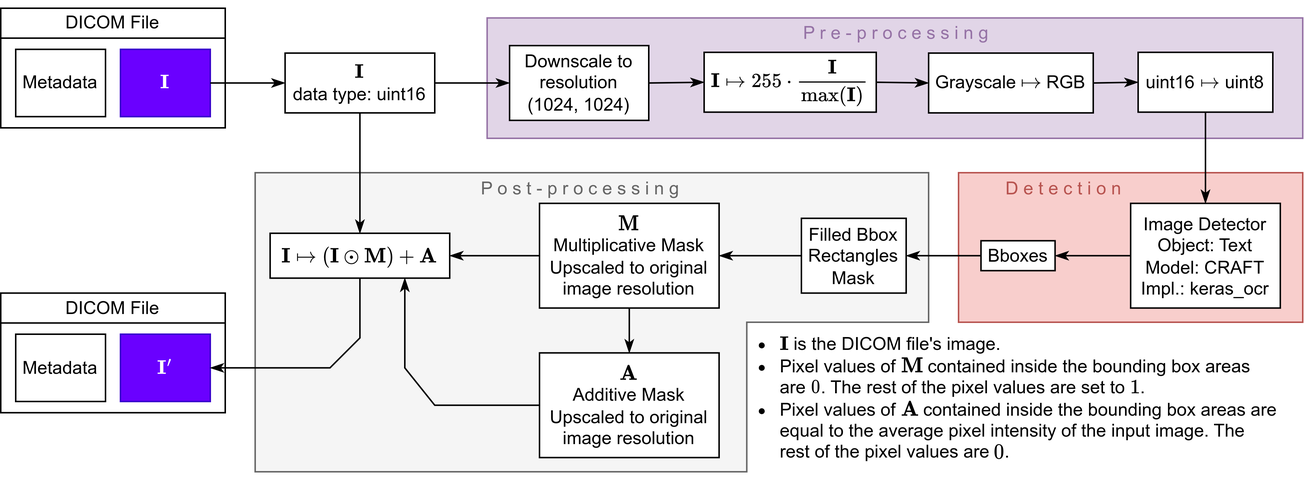
valab-certh/meddisc keeps this draw.io diagram as readme_content/fig_keras_ocr.png. Above is the earlier version. Source tidied: cells renumbered, new cells last; positions are measured from the earlier drawing's top-left corner, leaving out a move shared by most shapes. Its diagram source:
```xml
<mxGraphModel math="1">
  <root>
    <mxCell id="0" />
    <mxCell id="1" parent="0" />
    <mxCell id="2" style="verticalLabelPosition=bottom;verticalAlign=top;html=1;shape=mxgraph.basic.polygon;polyCoords=[[0,0.45],[0,0],[1,0],[1,0.5],[0.73,0.5],[0.73,1],[0.38,1],[0,1]];polyline=0;fillColor=#f5f5f5;strokeColor=#666666;fontColor=#333333;" parent="1" vertex="1">
      <mxGeometry x="170" y="115" width="450" height="200" as="geometry" />
    </mxCell>
    <mxCell id="3" style="rounded=0;whiteSpace=wrap;html=1;fillColor=#f8cecc;strokeColor=#B85450;" parent="1" vertex="1">
      <mxGeometry x="640" y="115" width="230" height="100" as="geometry" />
    </mxCell>
    <mxCell id="4" style="rounded=0;whiteSpace=wrap;html=1;fillColor=#e1d5e7;strokeColor=#9673a6;" parent="1" vertex="1">
      <mxGeometry x="325" y="11.5" width="545" height="80.5" as="geometry" />
    </mxCell>
    <mxCell id="5" style="rounded=0;whiteSpace=wrap;html=1;" parent="1" vertex="1">
      <mxGeometry y="5" width="150" height="80" as="geometry" />
    </mxCell>
    <mxCell id="6" value="\( \mathbf{I} \)" style="rounded=0;whiteSpace=wrap;html=1;fillColor=#6a00ff;fontColor=#ffffff;strokeColor=#3700CC;" parent="1" vertex="1">
      <mxGeometry x="80" y="32.5" width="60" height="45" as="geometry" />
    </mxCell>
    <mxCell id="7" value="Metadata" style="rounded=0;whiteSpace=wrap;html=1;" parent="1" vertex="1">
      <mxGeometry x="10" y="32.5" width="60" height="45" as="geometry" />
    </mxCell>
    <mxCell id="8" style="endArrow=classicThin;html=1;rounded=0;exitX=1;exitY=0.5;exitDx=0;exitDy=0;endFill=1;entryX=0;entryY=0.5;entryDx=0;entryDy=0;" parent="1" edge="1" source="6" target="10">
      <mxGeometry relative="1" as="geometry" />
    </mxCell>
    <mxCell id="9" value="DICOM File" style="text;html=1;strokeColor=none;fillColor=none;align=center;verticalAlign=middle;whiteSpace=wrap;rounded=0;" parent="1" vertex="1">
      <mxGeometry x="40" width="70" height="30" as="geometry" />
    </mxCell>
    <mxCell id="10" value="\( \mathbf{I} \)&lt;br&gt;data type: uint16" style="rounded=0;whiteSpace=wrap;html=1;" parent="1" vertex="1">
      <mxGeometry x="190" y="35" width="100" height="40" as="geometry" />
    </mxCell>
    <mxCell id="11" style="endArrow=classicThin;html=1;rounded=0;exitX=1;exitY=0.5;exitDx=0;exitDy=0;endFill=1;entryX=0;entryY=0.5;entryDx=0;entryDy=0;" parent="1" edge="1" source="10" target="27">
      <mxGeometry relative="1" as="geometry" />
    </mxCell>
    <mxCell id="12" value="\( \mathbf{I} \mapsto 255 \cdot \dfrac{\mathbf{I}}{\max(\mathbf{I})} \)" style="rounded=0;whiteSpace=wrap;html=1;" parent="1" vertex="1">
      <mxGeometry x="470" y="34.5" width="115" height="40" as="geometry" />
    </mxCell>
    <mxCell id="13" style="endArrow=classicThin;html=1;rounded=0;exitX=1;exitY=0.5;exitDx=0;exitDy=0;endFill=1;entryX=0;entryY=0.5;entryDx=0;entryDy=0;" parent="1" edge="1" source="28" target="14">
      <mxGeometry relative="1" as="geometry" />
    </mxCell>
    <mxCell id="14" value="uint16 \( \mapsto \) uint8" style="rounded=0;whiteSpace=wrap;html=1;" parent="1" vertex="1">
      <mxGeometry x="760" y="34.5" width="90" height="40" as="geometry" />
    </mxCell>
    <mxCell id="15" value="Image Detector&lt;br&gt;Object: Text&lt;br&gt;Model: CRAFT&lt;br&gt;Impl.: keras_ocr" style="rounded=0;whiteSpace=wrap;html=1;" parent="1" vertex="1">
      <mxGeometry x="755" y="135.5" width="100" height="70" as="geometry" />
    </mxCell>
    <mxCell id="16" value="Bboxes" style="rounded=0;whiteSpace=wrap;html=1;" parent="1" vertex="1">
      <mxGeometry x="655" y="160.5" width="49.5" height="20" as="geometry" />
    </mxCell>
    <mxCell id="17" style="endArrow=classicThin;html=1;rounded=0;exitX=0.5;exitY=1;exitDx=0;exitDy=0;endFill=1;entryX=0.5;entryY=0;entryDx=0;entryDy=0;" parent="1" edge="1" source="10" target="18">
      <mxGeometry relative="1" as="geometry" />
    </mxCell>
    <mxCell id="18" value="\( \mathbf{I}&amp;nbsp;\mapsto (\mathbf{I}&amp;nbsp;\odot \mathbf{M}) + \mathbf{A}&lt;br&gt;&amp;nbsp; \)" style="rounded=0;whiteSpace=wrap;html=1;" parent="1" vertex="1">
      <mxGeometry x="180" y="155.5" width="120" height="30" as="geometry" />
    </mxCell>
    <mxCell id="19" value="&lt;font color=&quot;#9673a6&quot;&gt;P r e - p r o c e s s i n g&lt;/font&gt;" style="text;html=1;align=center;verticalAlign=middle;strokeColor=none;fillColor=none;fontColor=#828282;" parent="1" vertex="1">
      <mxGeometry x="522.5" y="6.5" width="150" height="30" as="geometry" />
    </mxCell>
    <mxCell id="20" style="endArrow=none;html=1;rounded=0;entryX=1;entryY=0.25;entryDx=0;entryDy=0;exitX=0;exitY=0.25;exitDx=0;exitDy=0;" parent="1" edge="1" source="5" target="5">
      <mxGeometry relative="1" as="geometry" />
    </mxCell>
    <mxCell id="21" style="rounded=0;whiteSpace=wrap;html=1;" parent="1" vertex="1">
      <mxGeometry y="195.5" width="150" height="80" as="geometry" />
    </mxCell>
    <mxCell id="22" value="\(&amp;nbsp;\mathbf{I}' \)" style="rounded=0;whiteSpace=wrap;html=1;fillColor=#6a00ff;fontColor=#ffffff;strokeColor=#3700CC;" parent="1" vertex="1">
      <mxGeometry x="80" y="223" width="60" height="45" as="geometry" />
    </mxCell>
    <mxCell id="23" value="Metadata" style="rounded=0;whiteSpace=wrap;html=1;" parent="1" vertex="1">
      <mxGeometry x="10" y="223" width="60" height="45" as="geometry" />
    </mxCell>
    <mxCell id="24" value="DICOM File" style="text;html=1;strokeColor=none;fillColor=none;align=center;verticalAlign=middle;whiteSpace=wrap;rounded=0;" parent="1" vertex="1">
      <mxGeometry x="40" y="190.5" width="70" height="30" as="geometry" />
    </mxCell>
    <mxCell id="25" style="endArrow=none;html=1;rounded=0;entryX=1;entryY=0.25;entryDx=0;entryDy=0;exitX=0;exitY=0.25;exitDx=0;exitDy=0;" parent="1" edge="1" source="21" target="21">
      <mxGeometry relative="1" as="geometry" />
    </mxCell>
    <mxCell id="26" style="endArrow=classicThin;html=1;rounded=0;exitX=0.5;exitY=1;exitDx=0;exitDy=0;endFill=1;" parent="1" edge="1" source="18">
      <mxGeometry relative="1" as="geometry">
        <mxPoint x="140" y="245.5" as="targetPoint" />
        <Array as="points">
          <mxPoint x="240" y="225.5" />
          <mxPoint x="220" y="245.5" />
        </Array>
      </mxGeometry>
    </mxCell>
    <mxCell id="27" value="Downscale to resolution&lt;br&gt;(1024, 1024)" style="rounded=0;whiteSpace=wrap;html=1;" parent="1" vertex="1">
      <mxGeometry x="340" y="30" width="93" height="50" as="geometry" />
    </mxCell>
    <mxCell id="28" value="Grayscale \( \mapsto \)&amp;nbsp;RGB" style="rounded=0;whiteSpace=wrap;html=1;" parent="1" vertex="1">
      <mxGeometry x="620" y="35" width="110" height="40" as="geometry" />
    </mxCell>
    <mxCell id="29" style="endArrow=classicThin;html=1;rounded=0;exitX=1;exitY=0.5;exitDx=0;exitDy=0;endFill=1;entryX=0;entryY=0.5;entryDx=0;entryDy=0;" parent="1" edge="1" source="12" target="28">
      <mxGeometry relative="1" as="geometry" />
    </mxCell>
    <mxCell id="30" style="endArrow=classicThin;html=1;rounded=0;exitX=1;exitY=0.5;exitDx=0;exitDy=0;endFill=1;entryX=0;entryY=0.5;entryDx=0;entryDy=0;" parent="1" edge="1" source="27" target="12">
      <mxGeometry relative="1" as="geometry" />
    </mxCell>
    <mxCell id="31" value="Filled Bbox Rectangles Mask" style="rounded=0;whiteSpace=wrap;html=1;" parent="1" vertex="1">
      <mxGeometry x="535" y="145.5" width="70" height="50" as="geometry" />
    </mxCell>
    <mxCell id="32" value="\( \mathbf{M} \)&lt;br&gt;Multiplicative Mask&lt;br&gt;Upscaled to original image resolution" style="rounded=0;whiteSpace=wrap;html=1;" parent="1" vertex="1">
      <mxGeometry x="360" y="135.5" width="120" height="70" as="geometry" />
    </mxCell>
    <mxCell id="33" style="endArrow=classicThin;html=1;rounded=0;exitX=0.5;exitY=1;exitDx=0;exitDy=0;endFill=1;entryX=0.5;entryY=0;entryDx=0;entryDy=0;" parent="1" edge="1" source="14" target="15">
      <mxGeometry relative="1" as="geometry" />
    </mxCell>
    <mxCell id="34" style="endArrow=classicThin;html=1;rounded=0;exitX=0;exitY=0.5;exitDx=0;exitDy=0;endFill=1;entryX=1;entryY=0.5;entryDx=0;entryDy=0;" parent="1" edge="1" source="15" target="16">
      <mxGeometry relative="1" as="geometry" />
    </mxCell>
    <mxCell id="35" style="endArrow=classicThin;html=1;rounded=0;exitX=0;exitY=0.5;exitDx=0;exitDy=0;endFill=1;entryX=1;entryY=0.5;entryDx=0;entryDy=0;" parent="1" edge="1" source="16" target="31">
      <mxGeometry relative="1" as="geometry" />
    </mxCell>
    <mxCell id="36" style="endArrow=classicThin;html=1;rounded=0;exitX=0;exitY=0.5;exitDx=0;exitDy=0;endFill=1;entryX=1;entryY=0.5;entryDx=0;entryDy=0;" parent="1" edge="1" source="31" target="32">
      <mxGeometry relative="1" as="geometry" />
    </mxCell>
    <mxCell id="37" style="endArrow=classicThin;html=1;rounded=0;exitX=0;exitY=0.5;exitDx=0;exitDy=0;endFill=1;entryX=1;entryY=0.5;entryDx=0;entryDy=0;" parent="1" edge="1" source="32" target="18">
      <mxGeometry relative="1" as="geometry" />
    </mxCell>
    <mxCell id="38" value="\( \mathbf{A} \)&lt;br&gt;Additive Mask&lt;br&gt;Upscaled to original image resolution" style="rounded=0;whiteSpace=wrap;html=1;" parent="1" vertex="1">
      <mxGeometry x="360" y="235.5" width="120" height="70" as="geometry" />
    </mxCell>
    <mxCell id="39" style="endArrow=classicThin;html=1;rounded=0;exitX=0.5;exitY=1;exitDx=0;exitDy=0;endFill=1;entryX=0.5;entryY=0;entryDx=0;entryDy=0;" parent="1" edge="1" source="32" target="38">
      <mxGeometry relative="1" as="geometry" />
    </mxCell>
    <mxCell id="40" style="endArrow=classicThin;html=1;rounded=0;exitX=0;exitY=0.5;exitDx=0;exitDy=0;endFill=1;entryX=0.75;entryY=1;entryDx=0;entryDy=0;" parent="1" edge="1" source="38" target="18">
      <mxGeometry relative="1" as="geometry">
        <Array as="points">
          <mxPoint x="290" y="270.5" />
          <mxPoint x="270" y="245.5" />
        </Array>
      </mxGeometry>
    </mxCell>
    <mxCell id="41" value="&lt;ul style=&quot;border-color: var(--border-color); text-align: left;&quot;&gt;&lt;li style=&quot;border-color: var(--border-color);&quot;&gt;\( \mathbf{I} \) is the DICOM file's image.&lt;br style=&quot;border-color: var(--border-color);&quot;&gt;&lt;/li&gt;&lt;li style=&quot;border-color: var(--border-color);&quot;&gt;Pixel values of \( \mathbf{M} \) contained inside the bounding box areas are \(0\). The rest of the pixel values are set to \(1\).&lt;/li&gt;&lt;li style=&quot;border-color: var(--border-color);&quot;&gt;Pixel values of \( \mathbf{A} \) contained inside the bounding box areas are equal to the average pixel intensity of the input image. The rest of the pixel values are \(0\).&lt;/li&gt;&lt;/ul&gt;" style="rounded=0;whiteSpace=wrap;html=1;strokeWidth=1;opacity=0;" parent="1" vertex="1">
      <mxGeometry x="480" y="235.5" width="375" height="60" as="geometry" />
    </mxCell>
    <mxCell id="42" value="&lt;font color=&quot;#666666&quot;&gt;P o s t - p r o c e s s i n g&lt;/font&gt;" style="text;html=1;align=center;verticalAlign=middle;strokeColor=none;fillColor=none;fontColor=#828282;" parent="1" vertex="1">
      <mxGeometry x="306.5" y="111" width="160" height="30" as="geometry" />
    </mxCell>
    <mxCell id="43" value="&lt;font color=&quot;#b85450&quot;&gt;D e t e c t i o n&lt;/font&gt;" style="text;html=1;align=center;verticalAlign=middle;strokeColor=none;fillColor=none;fontColor=#828282;" parent="1" vertex="1">
      <mxGeometry x="660" y="111" width="100" height="30" as="geometry" />
    </mxCell>
  </root>
</mxGraphModel>
```
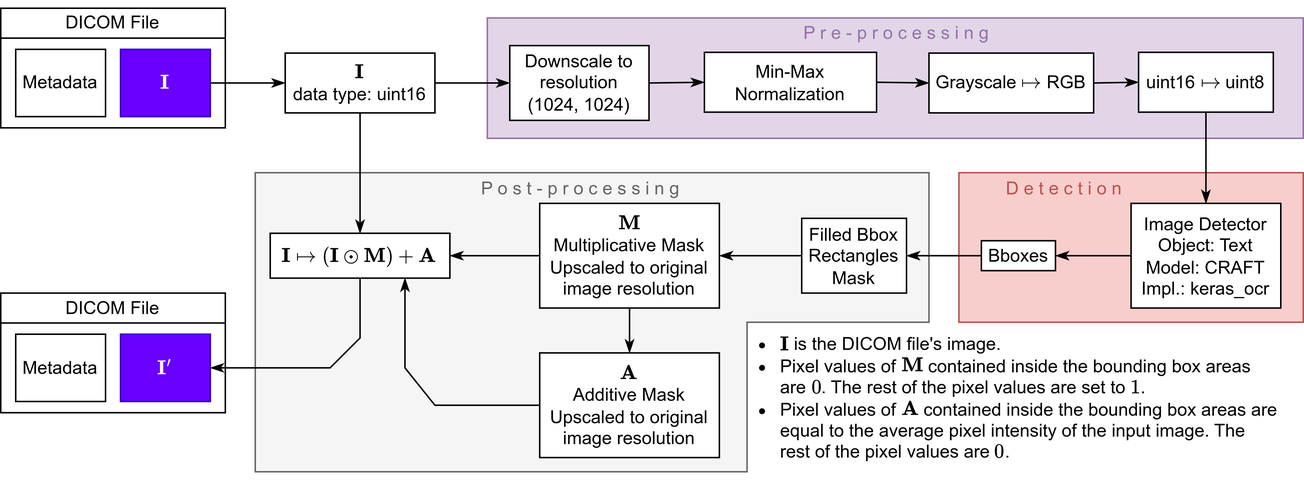
Above is the later version.

The edit, as a diff of the source:
```diff
@@ -32,7 +32,7 @@
     <mxCell id="11" style="endArrow=classicThin;html=1;rounded=0;exitX=1;exitY=0.5;exitDx=0;exitDy=0;endFill=1;entryX=0;entryY=0.5;entryDx=0;entryDy=0;" parent="1" edge="1" source="10" target="27">
       <mxGeometry relative="1" as="geometry" />
     </mxCell>
-    <mxCell id="12" value="\( \mathbf{I} \mapsto 255 \cdot \dfrac{\mathbf{I}}{\max(\mathbf{I})} \)" style="rounded=0;whiteSpace=wrap;html=1;" parent="1" vertex="1">
+    <mxCell id="12" value="Min-Max Normalization" style="rounded=0;whiteSpace=wrap;html=1;" parent="1" vertex="1">
       <mxGeometry x="470" y="34.5" width="115" height="40" as="geometry" />
     </mxCell>
     <mxCell id="13" style="endArrow=classicThin;html=1;rounded=0;exitX=1;exitY=0.5;exitDx=0;exitDy=0;endFill=1;entryX=0;entryY=0.5;entryDx=0;entryDy=0;" parent="1" edge="1" source="28" target="14">
```
